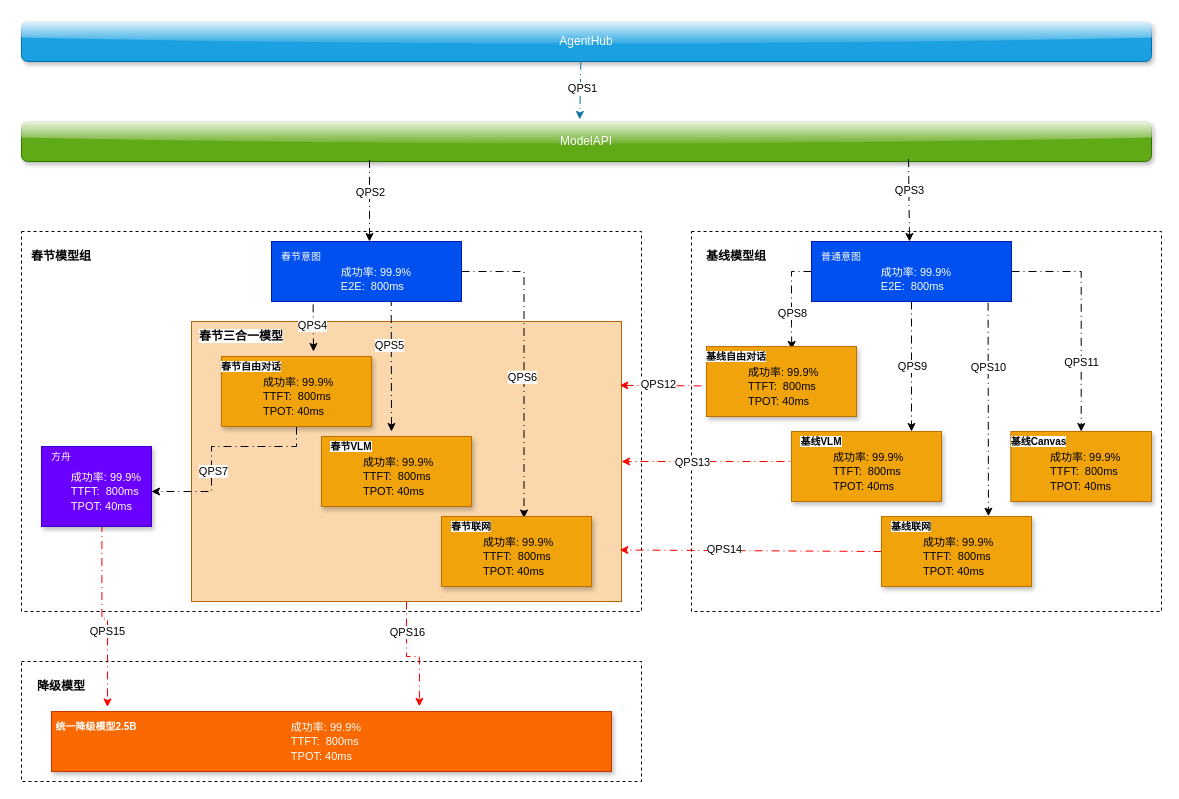
Earlier version of the draw.io diagram 未命名绘图.drawio.xml (ayonel/DLPP). Source tidied: cells renumbered, new cells numbered last; positions are measured from the earlier drawing's top-left corner, leaving out a move shared by most shapes. Both pictures are drawn from the tidied source at 100%, with x=0, y=0 at pixel (21, 21).
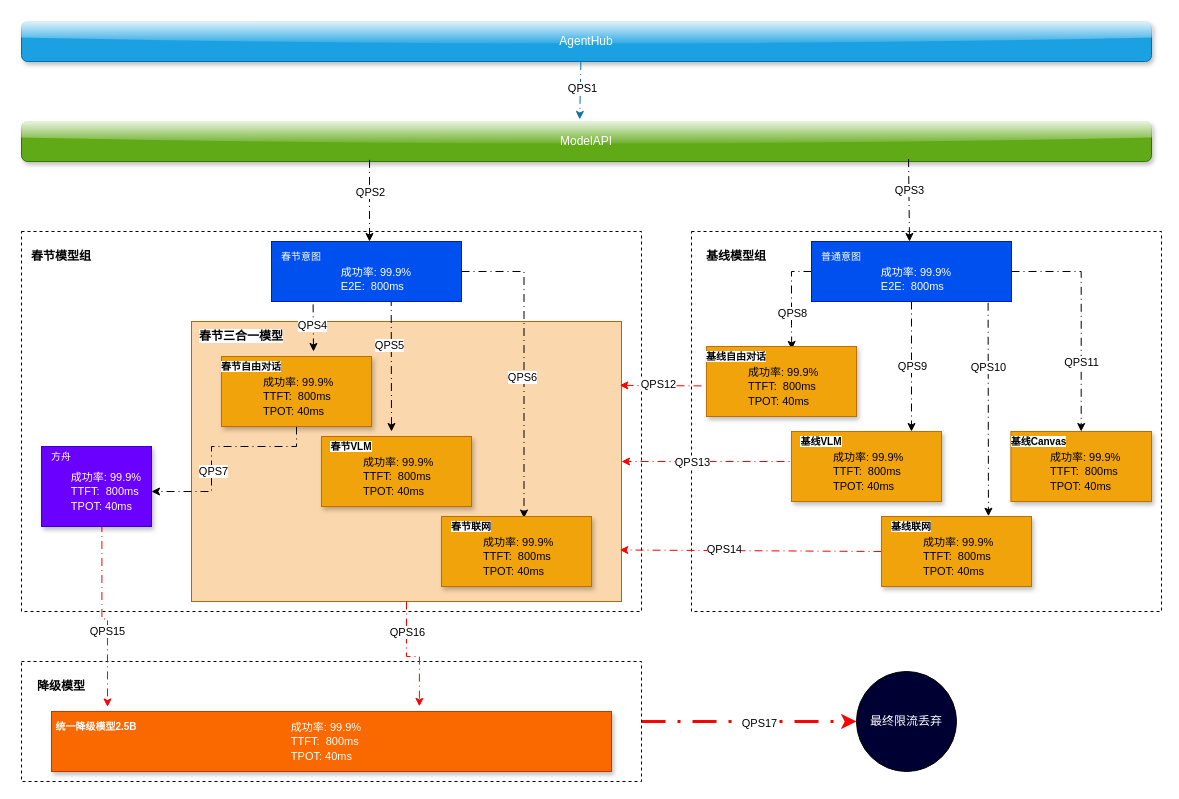
The same diagram, later.

Commit message:
已添加 未命名绘图.drawio.xml

The change refers to these unchanged cells:
```xml
<mxCell id="4" style="rounded=0;whiteSpace=wrap;html=1;fillColor=none;dashed=1;" parent="1" vertex="1">
  <mxGeometry y="640" width="620" height="120" as="geometry" />
</mxCell>
```

The edit, as a diff of the source:
```diff
@@
+    <mxCell id="85" style="edgeStyle=orthogonalEdgeStyle;rounded=0;jettySize=auto;html=1;entryX=0;entryY=0.5;entryDx=0;entryDy=0;dashed=1;dashPattern=8 4 1 4;flowAnimation=1;strokeWidth=3;strokeColor=#FF0000;" parent="1" edge="1" source="4" target="87">
+      <mxGeometry relative="1" as="geometry" />
+    </mxCell>
+    <mxCell id="86" value="QPS17" style="edgeLabel;html=1;align=center;verticalAlign=middle;" parent="85" vertex="1">
+      <mxGeometry x="0.09" y="-1" relative="1" as="geometry" />
+    </mxCell>
@@
+    <mxCell id="87" value="&lt;font color=&quot;#ffffff&quot;&gt;最终限流丢弃&lt;/font&gt;" style="ellipse;whiteSpace=wrap;html=1;fillColor=#000033;" parent="1" vertex="1">
+      <mxGeometry x="835" y="650" width="100" height="100" as="geometry" />
+    </mxCell>
```
